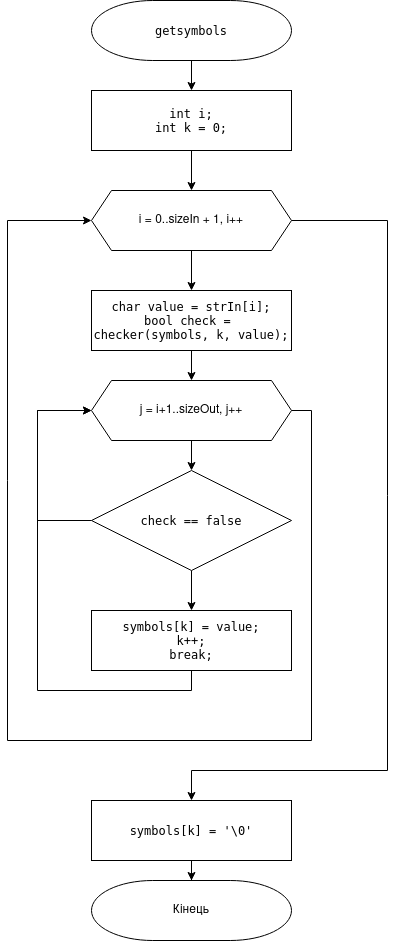
Above: lab13/doc/assets/getsymbols.png in belchinskaya/Programming-Belchinska (draw.io), before the change. Source tidied: cells renumbered, new cells last; positions are measured from the earlier drawing's top-left corner, leaving out a move shared by most shapes. Source of this version:
```xml
<mxGraphModel>
  <root>
    <mxCell id="0" />
    <mxCell id="1" parent="0" />
    <mxCell id="2" style="edgeStyle=orthogonalEdgeStyle;rounded=0;jettySize=auto;html=1;exitX=0.5;exitY=1;exitDx=0;exitDy=0;exitPerimeter=0;entryX=0.5;entryY=0;entryDx=0;entryDy=0;" parent="1" edge="1" source="3" target="5">
      <mxGeometry relative="1" as="geometry" />
    </mxCell>
    <mxCell id="3" value="&lt;pre style=&quot;font-family: &amp;#34;jetbrains mono&amp;#34; , monospace&quot;&gt;&lt;span style=&quot;background-color: rgb(255 , 255 , 255)&quot;&gt;getsymbols&lt;/span&gt;&lt;/pre&gt;" style="strokeWidth=1;html=1;shape=mxgraph.flowchart.terminator;whiteSpace=wrap;" parent="1" vertex="1">
      <mxGeometry x="84" width="200" height="60" as="geometry" />
    </mxCell>
    <mxCell id="4" style="edgeStyle=orthogonalEdgeStyle;rounded=0;jettySize=auto;html=1;exitX=0.5;exitY=1;exitDx=0;exitDy=0;entryX=0.5;entryY=0;entryDx=0;entryDy=0;" parent="1" edge="1" source="5" target="8">
      <mxGeometry relative="1" as="geometry" />
    </mxCell>
    <mxCell id="5" value="&lt;pre style=&quot;font-family: &amp;#34;jetbrains mono&amp;#34; , monospace&quot;&gt;&lt;span style=&quot;background-color: rgb(255 , 255 , 255)&quot;&gt;int i;&lt;br&gt;int k = 0;&lt;/span&gt;&lt;/pre&gt;" style="rounded=0;whiteSpace=wrap;html=1;strokeWidth=1;" parent="1" vertex="1">
      <mxGeometry x="84" y="90" width="200" height="60" as="geometry" />
    </mxCell>
    <mxCell id="6" style="edgeStyle=orthogonalEdgeStyle;rounded=0;jettySize=auto;html=1;exitX=0.5;exitY=1;exitDx=0;exitDy=0;entryX=0.5;entryY=0;entryDx=0;entryDy=0;" parent="1" edge="1" source="8" target="10">
      <mxGeometry relative="1" as="geometry" />
    </mxCell>
    <mxCell id="7" style="edgeStyle=orthogonalEdgeStyle;rounded=0;jettySize=auto;html=1;exitX=1;exitY=0.5;exitDx=0;exitDy=0;entryX=0.5;entryY=0;entryDx=0;entryDy=0;" parent="1" edge="1" source="8" target="20">
      <mxGeometry relative="1" as="geometry">
        <Array as="points">
          <mxPoint x="380" y="220" />
          <mxPoint x="380" y="770" />
          <mxPoint x="184" y="770" />
        </Array>
      </mxGeometry>
    </mxCell>
    <mxCell id="8" value="i = 0..sizeIn + 1, i++" style="shape=hexagon;perimeter=hexagonPerimeter2;whiteSpace=wrap;html=1;fixedSize=1;strokeWidth=1;" parent="1" vertex="1">
      <mxGeometry x="84" y="190" width="200" height="60" as="geometry" />
    </mxCell>
    <mxCell id="9" style="edgeStyle=orthogonalEdgeStyle;rounded=0;jettySize=auto;html=1;exitX=0.5;exitY=1;exitDx=0;exitDy=0;" parent="1" edge="1" source="10" target="13">
      <mxGeometry relative="1" as="geometry" />
    </mxCell>
    <mxCell id="10" value="&lt;pre style=&quot;font-family: &amp;#34;jetbrains mono&amp;#34; , monospace&quot;&gt;&lt;span style=&quot;background-color: rgb(255 , 255 , 255)&quot;&gt;char value = strIn[i];&lt;br&gt;bool check = &lt;br&gt;checker(symbols, k, value);&lt;/span&gt;&lt;/pre&gt;" style="rounded=0;whiteSpace=wrap;html=1;strokeWidth=1;" parent="1" vertex="1">
      <mxGeometry x="84" y="290" width="200" height="60" as="geometry" />
    </mxCell>
    <mxCell id="11" style="edgeStyle=orthogonalEdgeStyle;rounded=0;jettySize=auto;html=1;exitX=0.5;exitY=1;exitDx=0;exitDy=0;entryX=0.5;entryY=0;entryDx=0;entryDy=0;" parent="1" edge="1" source="13" target="16">
      <mxGeometry relative="1" as="geometry" />
    </mxCell>
    <mxCell id="12" style="edgeStyle=orthogonalEdgeStyle;rounded=0;jettySize=auto;html=1;exitX=1;exitY=0.5;exitDx=0;exitDy=0;entryX=0;entryY=0.5;entryDx=0;entryDy=0;" parent="1" edge="1" source="13" target="8">
      <mxGeometry relative="1" as="geometry">
        <Array as="points">
          <mxPoint x="304" y="410" />
          <mxPoint x="304" y="740" />
          <mxPoint y="740" />
          <mxPoint y="220" />
        </Array>
      </mxGeometry>
    </mxCell>
    <mxCell id="13" value="j = i+1..sizeOut, j++" style="shape=hexagon;perimeter=hexagonPerimeter2;whiteSpace=wrap;html=1;fixedSize=1;strokeWidth=1;" parent="1" vertex="1">
      <mxGeometry x="84" y="380" width="200" height="60" as="geometry" />
    </mxCell>
    <mxCell id="14" style="edgeStyle=orthogonalEdgeStyle;rounded=0;jettySize=auto;html=1;exitX=0.5;exitY=1;exitDx=0;exitDy=0;entryX=0.5;entryY=0;entryDx=0;entryDy=0;" parent="1" edge="1" source="16" target="18">
      <mxGeometry relative="1" as="geometry" />
    </mxCell>
    <mxCell id="15" style="edgeStyle=orthogonalEdgeStyle;rounded=0;jettySize=auto;html=1;exitX=0;exitY=0.5;exitDx=0;exitDy=0;entryX=0;entryY=0.5;entryDx=0;entryDy=0;" parent="1" edge="1" source="16" target="13">
      <mxGeometry relative="1" as="geometry">
        <Array as="points">
          <mxPoint x="30" y="520" />
          <mxPoint x="30" y="410" />
        </Array>
      </mxGeometry>
    </mxCell>
    <mxCell id="16" value="&lt;pre style=&quot;font-family: &amp;#34;jetbrains mono&amp;#34; , monospace&quot;&gt;&lt;span style=&quot;background-color: rgb(255 , 255 , 255)&quot;&gt;check == false&lt;/span&gt;&lt;/pre&gt;" style="rhombus;whiteSpace=wrap;html=1;strokeWidth=1;" parent="1" vertex="1">
      <mxGeometry x="84" y="470" width="200" height="100" as="geometry" />
    </mxCell>
    <mxCell id="17" style="edgeStyle=orthogonalEdgeStyle;rounded=0;jettySize=auto;html=1;exitX=0.5;exitY=1;exitDx=0;exitDy=0;entryX=0;entryY=0.5;entryDx=0;entryDy=0;" parent="1" edge="1" source="18" target="13">
      <mxGeometry relative="1" as="geometry">
        <Array as="points">
          <mxPoint x="184" y="690" />
          <mxPoint x="30" y="690" />
          <mxPoint x="30" y="410" />
        </Array>
      </mxGeometry>
    </mxCell>
    <mxCell id="18" value="&lt;pre style=&quot;font-family: &amp;#34;jetbrains mono&amp;#34; , monospace&quot;&gt;&lt;span style=&quot;background-color: rgb(255 , 255 , 255)&quot;&gt;symbols[k] = value;&lt;br&gt;k++;&lt;br&gt;break;&lt;/span&gt;&lt;/pre&gt;" style="rounded=0;whiteSpace=wrap;html=1;strokeWidth=1;" parent="1" vertex="1">
      <mxGeometry x="84" y="610" width="200" height="60" as="geometry" />
    </mxCell>
    <mxCell id="19" style="edgeStyle=orthogonalEdgeStyle;rounded=0;jettySize=auto;html=1;exitX=0.5;exitY=1;exitDx=0;exitDy=0;" parent="1" edge="1" source="20" target="21">
      <mxGeometry relative="1" as="geometry" />
    </mxCell>
    <mxCell id="20" value="&lt;pre style=&quot;font-family: &amp;#34;jetbrains mono&amp;#34; , monospace&quot;&gt;&lt;span style=&quot;background-color: rgb(255 , 255 , 255)&quot;&gt;symbols[k] = '\0'&lt;/span&gt;&lt;/pre&gt;" style="rounded=0;whiteSpace=wrap;html=1;strokeWidth=1;" parent="1" vertex="1">
      <mxGeometry x="84" y="800" width="200" height="60" as="geometry" />
    </mxCell>
    <mxCell id="21" value="Кінець" style="strokeWidth=1;html=1;shape=mxgraph.flowchart.terminator;whiteSpace=wrap;" parent="1" vertex="1">
      <mxGeometry x="84" y="880" width="200" height="60" as="geometry" />
    </mxCell>
  </root>
</mxGraphModel>
```
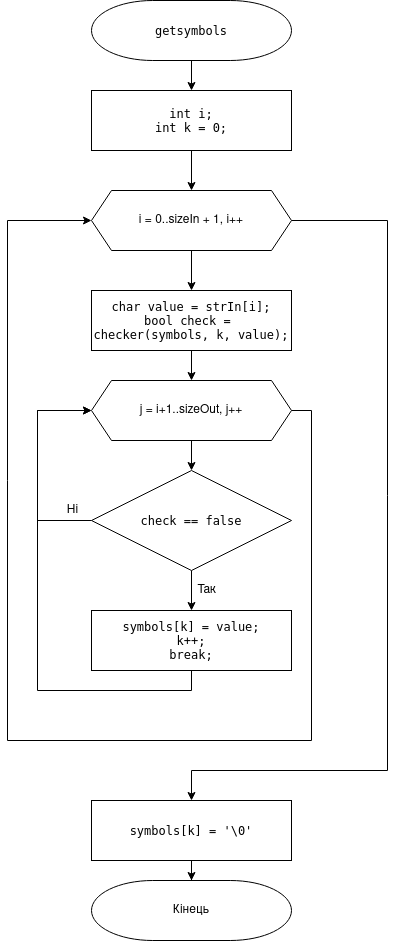
Above is the later version.

Change to the diagram source:
```diff
@@ -86,5 +86,11 @@
     <mxCell id="21" value="Кінець" style="strokeWidth=1;html=1;shape=mxgraph.flowchart.terminator;whiteSpace=wrap;" parent="1" vertex="1">
       <mxGeometry x="84" y="880" width="200" height="60" as="geometry" />
     </mxCell>
+    <mxCell id="22" value="Так" style="text;html=1;align=center;verticalAlign=middle;" parent="1" vertex="1">
+      <mxGeometry x="184" y="580" width="30" height="20" as="geometry" />
+    </mxCell>
+    <mxCell id="23" value="Ні" style="text;html=1;align=center;verticalAlign=middle;" parent="1" vertex="1">
+      <mxGeometry x="50" y="500" width="30" height="20" as="geometry" />
+    </mxCell>
   </root>
 </mxGraphModel>
```
